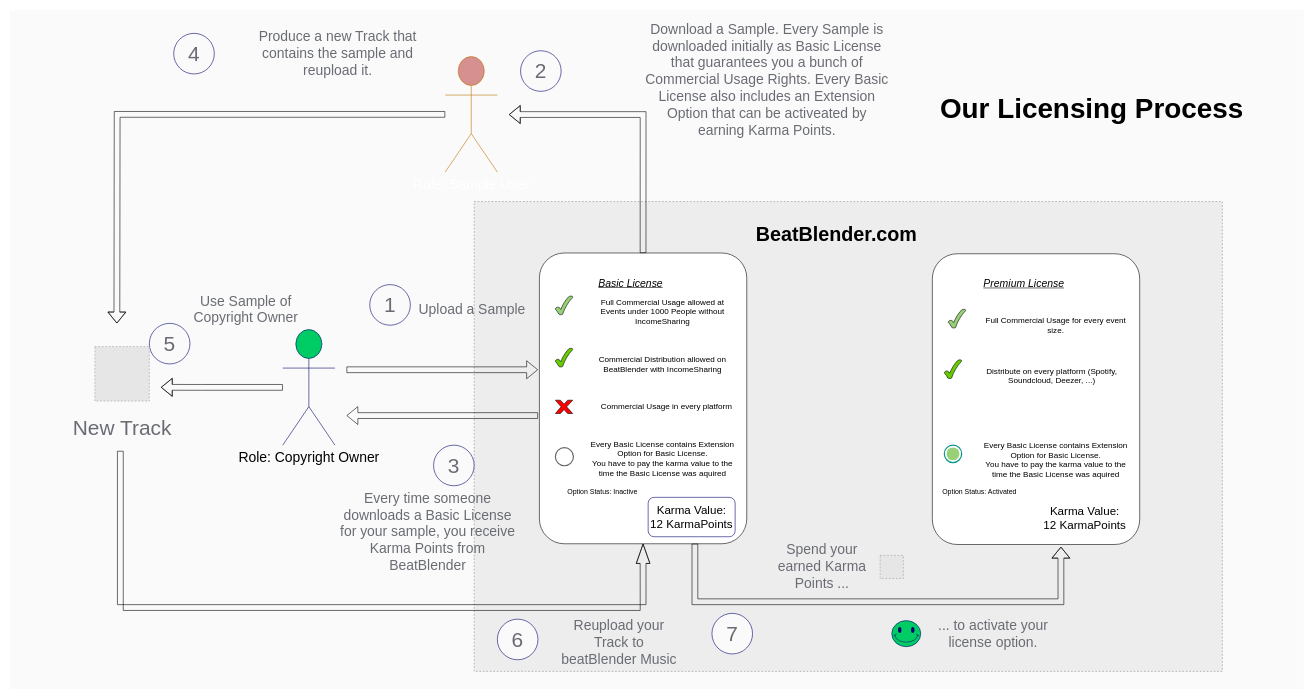
This is page "licensing-process" (10 of 10) of beatblender_diagrams.drawio from maximilian-mintchev/Diagrams, a draw.io file, before an edit. Source tidied: cells renumbered, new cells numbered last; positions are measured from the earlier drawing's top-left corner, leaving out a move shared by most shapes. Both pictures are drawn from the tidied source at 58%, with x=0, y=0 at pixel (10, 10). Pictures stored in the file or linked from it are replaced by grey dashed boxes.
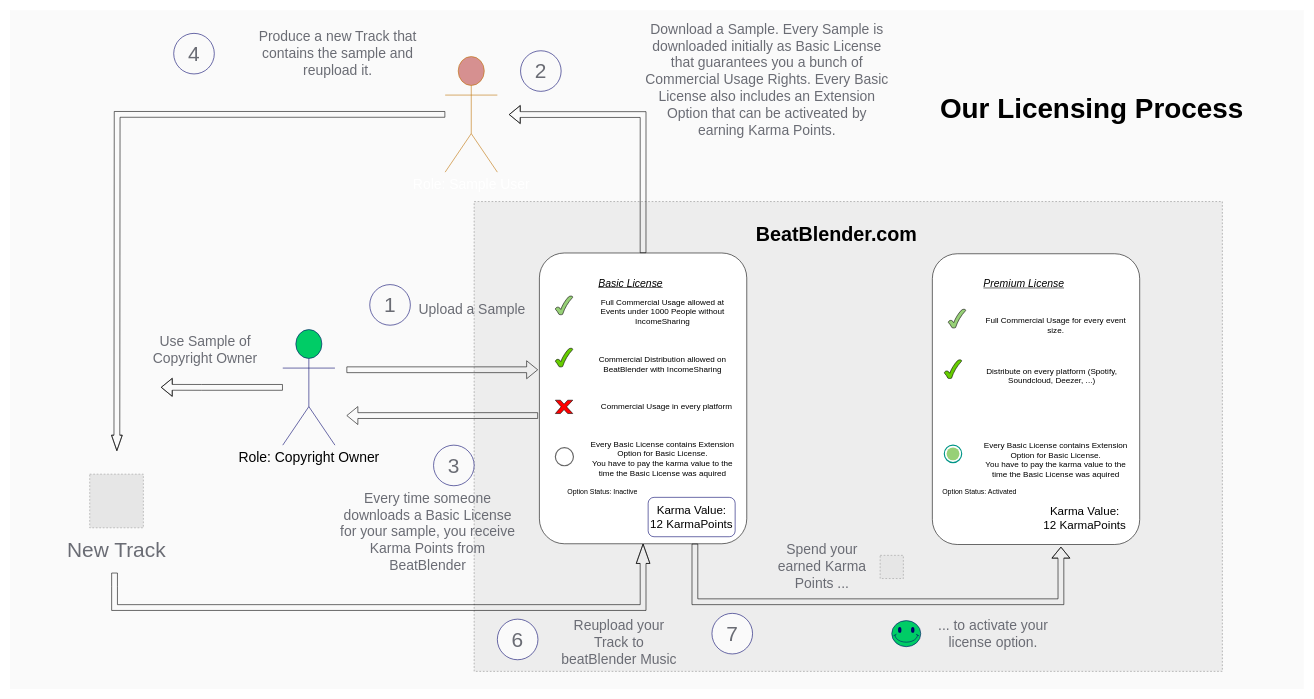
The same page after the edit.

Unchanged cells that the change refers to:
```xml
<mxCell id="6" style="rounded=1;whiteSpace=wrap;html=1;rotation=0;align=center;arcSize=12;color=green;" parent="5" vertex="1">
  <mxGeometry width="357.5" height="501.3" as="geometry" />
</mxCell>
<mxCell id="42" value="&lt;span style=&quot;font-size: 24px&quot;&gt;Role: Sample User&lt;/span&gt;" style="shape=umlActor;verticalLabelPosition=bottom;verticalAlign=top;html=1;outlineConnect=0;rounded=1;shadow=0;glass=0;sketch=0;strokeColor=#BD7000;fontColor=#ffffff;fillColor=#d69090;" parent="1" vertex="1">
  <mxGeometry x="750" y="80" width="90" height="199.3" as="geometry" />
</mxCell>
```

What changed in the source:
```diff
@@
-    <mxCell id="41" style="edgeStyle=orthogonalEdgeStyle;shape=flexArrow;rounded=0;jettySize=auto;html=1;" parent="1" edge="1" source="42">
+    <mxCell id="41" style="edgeStyle=orthogonalEdgeStyle;shape=flexArrow;rounded=0;jettySize=auto;html=1;endWidth=7.5;endSize=8.549999999999999;" parent="1" edge="1" source="42">
       <mxGeometry relative="1" as="geometry">
-        <mxPoint x="184" y="540" as="targetPoint" />
+        <mxPoint x="184" y="760" as="targetPoint" />
       </mxGeometry>
     </mxCell>
@@
     <mxCell id="43" style="edgeStyle=orthogonalEdgeStyle;shape=flexArrow;rounded=0;jettySize=auto;html=1;entryX=0.5;entryY=1;entryDx=0;entryDy=0;endWidth=12.5;endSize=10.825;" parent="1" edge="1" target="6">
       <mxGeometry relative="1" as="geometry">
-        <mxPoint x="190" y="760" as="sourcePoint" />
+        <mxPoint x="180" y="970" as="sourcePoint" />
         <Array as="points">
-          <mxPoint x="184" y="1030" />
-          <mxPoint x="1090" y="1030" />
+          <mxPoint x="180" y="994" />
+          <mxPoint x="180" y="1030" />
+          <mxPoint x="1091" y="1030" />
         </Array>
       </mxGeometry>
     </mxCell>
@@
-    <mxCell id="55" value="&lt;span style=&quot;font-size: 36px&quot;&gt;5&lt;/span&gt;" style="ellipse;whiteSpace=wrap;html=1;rounded=1;shadow=0;glass=0;sketch=0;strokeColor=#00006B;fillColor=#fafafa;fontColor=#6a6c74;" parent="1" vertex="1">
-      <mxGeometry x="240" y="540" width="70" height="70" as="geometry" />
-    </mxCell>
     <mxCell id="56" value="&lt;font style=&quot;font-size: 36px&quot;&gt;New Track&lt;/font&gt;" style="text;html=1;strokeColor=none;fillColor=none;align=center;verticalAlign=middle;whiteSpace=wrap;rounded=0;shadow=0;glass=0;sketch=0;fontColor=#6a6c74;" parent="1" vertex="1">
-      <mxGeometry x="94.5" y="710" width="197" height="20" as="geometry" />
+      <mxGeometry x="85" y="920" width="197" height="20" as="geometry" />
     </mxCell>
@@
     <mxCell id="60" value="&lt;font style=&quot;font-size: 24px&quot;&gt;Use Sample of Copyright Owner&lt;/font&gt;" style="text;html=1;strokeColor=none;fillColor=none;align=center;verticalAlign=middle;whiteSpace=wrap;rounded=0;shadow=0;glass=0;sketch=0;fontColor=#6a6c74;" parent="1" vertex="1">
-      <mxGeometry x="310" y="488.2" width="193" height="55" as="geometry" />
+      <mxGeometry x="240" y="557.5" width="193" height="55" as="geometry" />
     </mxCell>
@@
     <mxCell id="66" style="fillColor=#E6E6E6;strokeColor=#999999;dashed=1;html=1;verticalAlign=top;verticalLabelPosition=bottom;labelBackgroundColor=#ffffff;fontColor=none;" parent="1" vertex="1">
-      <mxGeometry x="146" y="580" width="94" height="94" as="geometry" />
+      <mxGeometry x="137.2" y="800" width="92.5" height="92.5" as="geometry" />
     </mxCell>
```
